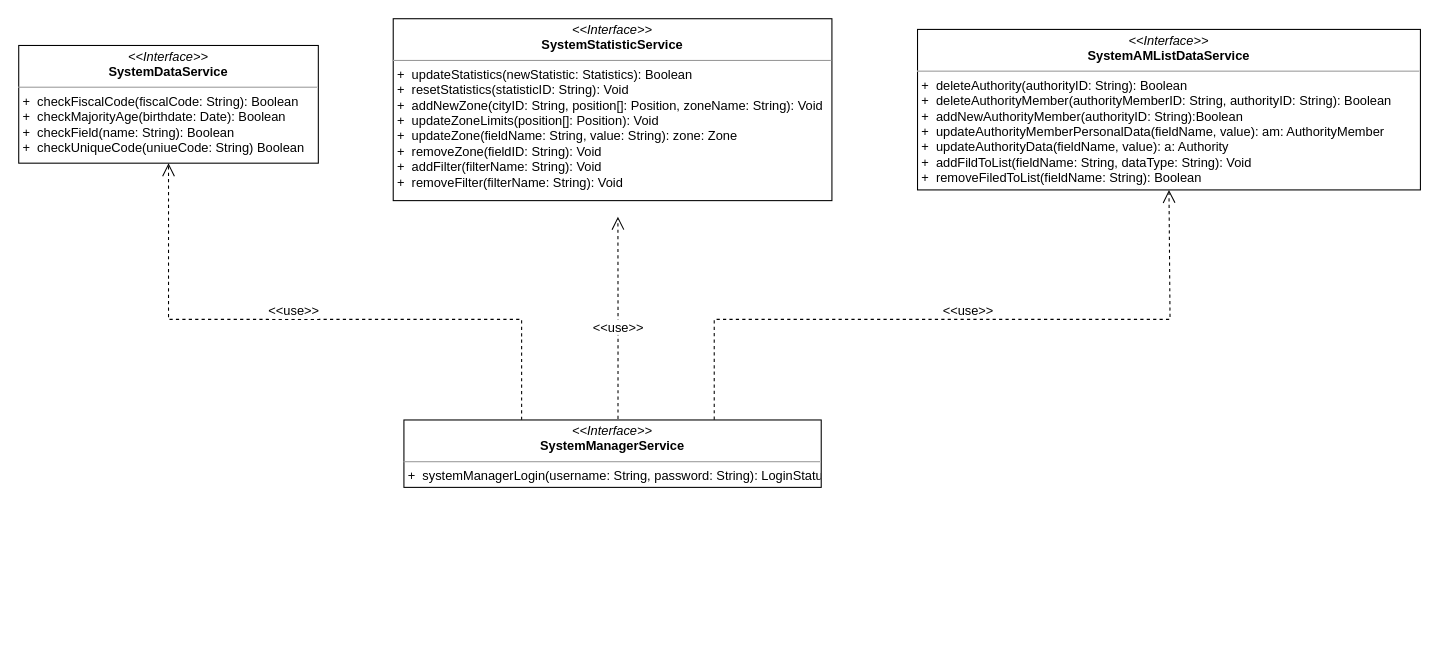
Earlier version of the draw.io diagram DD/systemManagerComponentInterface.drawio (valearm/SafeStreets-Project-SE2). Source tidied: cells renumbered, new cells numbered last; positions are measured from the earlier drawing's top-left corner, leaving out a move shared by most shapes. Both pictures are drawn from the tidied source at 107%, with x=0, y=0 at pixel (18, 18).
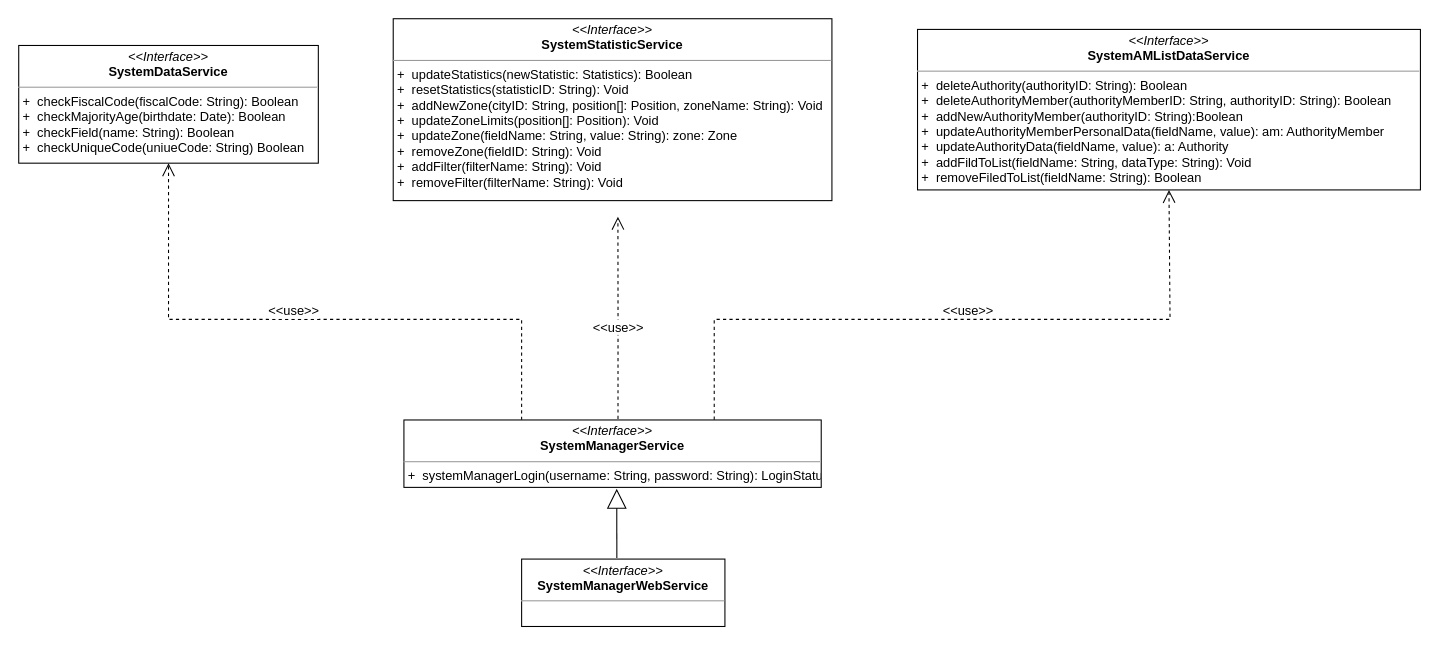
Above is the later version.

What changed in the source:
```diff
@@
 <mxGraphModel background="#ffffff">
   <root>
     <mxCell id="0" />
     <mxCell id="1" parent="0" />
     <mxCell id="2" value="&lt;p style=&quot;margin: 0px ; margin-top: 4px ; text-align: center&quot;&gt;&lt;i&gt;&amp;lt;&amp;lt;Interface&amp;gt;&amp;gt;&lt;/i&gt;&lt;br&gt;&lt;b&gt;SystemDataService&lt;/b&gt;&lt;/p&gt;&lt;hr size=&quot;1&quot;&gt;&lt;p style=&quot;margin: 0px ; margin-left: 4px&quot;&gt;+&amp;nbsp; checkFiscalCode(fiscalCode: String): Boolean&lt;br&gt;&lt;/p&gt;&lt;p style=&quot;margin: 0px ; margin-left: 4px&quot;&gt;+&amp;nbsp; checkMajorityAge(birthdate: Date): Boolean&lt;/p&gt;&lt;p style=&quot;margin: 0px ; margin-left: 4px&quot;&gt;+&amp;nbsp; checkField(name: String): Boolean&lt;/p&gt;&lt;p style=&quot;margin: 0px ; margin-left: 4px&quot;&gt;+&amp;nbsp; checkUniqueCode(uniueCode: String) Boolean&lt;/p&gt;" style="verticalAlign=top;align=left;overflow=fill;fontSize=12;fontFamily=Helvetica;html=1;rounded=0;shadow=0;comic=0;labelBackgroundColor=none;strokeWidth=1;" parent="1" vertex="1">
       <mxGeometry y="25" width="280" height="110" as="geometry" />
     </mxCell>
     <mxCell id="3" value="&lt;p style=&quot;margin: 0px ; margin-top: 4px ; text-align: center&quot;&gt;&lt;i&gt;&amp;lt;&amp;lt;Interface&amp;gt;&amp;gt;&lt;/i&gt;&lt;br&gt;&lt;b&gt;SystemManagerService&lt;/b&gt;&lt;/p&gt;&lt;hr size=&quot;1&quot;&gt;&lt;p style=&quot;margin: 0px ; margin-left: 4px&quot;&gt;+&amp;nbsp; systemManagerLogin(username: String, password: String): LoginStatus&lt;br&gt;&lt;/p&gt;&lt;hr size=&quot;1&quot;&gt;" style="verticalAlign=top;align=left;overflow=fill;fontSize=12;fontFamily=Helvetica;html=1;rounded=0;shadow=0;comic=0;labelBackgroundColor=none;strokeWidth=1;" parent="1" vertex="1">
       <mxGeometry x="360" y="375" width="390" height="63" as="geometry" />
     </mxCell>
     <mxCell id="4" style="edgeStyle=orthogonalEdgeStyle;rounded=0;html=1;dashed=1;labelBackgroundColor=none;startFill=0;endArrow=open;endFill=0;endSize=10;fontFamily=Verdana;fontSize=10;exitX=0.513;exitY=-0.014;exitDx=0;exitDy=0;exitPerimeter=0;" parent="1" edge="1" source="3">
       <mxGeometry relative="1" as="geometry">
         <mxPoint x="560" y="185" as="targetPoint" />
       </mxGeometry>
     </mxCell>
     <mxCell id="5" value="&lt;p style=&quot;margin: 0px ; margin-top: 4px ; text-align: center&quot;&gt;&lt;i&gt;&amp;lt;&amp;lt;Interface&amp;gt;&amp;gt;&lt;/i&gt;&lt;br&gt;&lt;b&gt;SystemAMListDataService&lt;/b&gt;&lt;/p&gt;&lt;hr size=&quot;1&quot;&gt;&lt;p style=&quot;margin: 0px ; margin-left: 4px&quot;&gt;+&amp;nbsp; deleteAuthority(authorityID: String): Boolean&lt;br&gt;&lt;/p&gt;&lt;p style=&quot;margin: 0px ; margin-left: 4px&quot;&gt;+&amp;nbsp; deleteAuthorityMember(authorityMemberID: String, authorityID: String): Boolean&lt;br&gt;&lt;/p&gt;&lt;p style=&quot;margin: 0px ; margin-left: 4px&quot;&gt;+&amp;nbsp; addNewAuthorityMember(authorityID: String):Boolean&lt;/p&gt;&lt;p style=&quot;margin: 0px ; margin-left: 4px&quot;&gt;+&amp;nbsp; updateAuthorityMemberPersonalData(fieldName, value): am: AuthorityMember&lt;br&gt;&lt;/p&gt;&lt;p style=&quot;margin: 0px ; margin-left: 4px&quot;&gt;+&amp;nbsp; updateAuthorityData(fieldName, value): a: Authority&lt;/p&gt;&lt;p style=&quot;margin: 0px ; margin-left: 4px&quot;&gt;+&amp;nbsp; addFildToList(fieldName: String, dataType: String): Void&lt;br&gt;&lt;/p&gt;&lt;p style=&quot;margin: 0px ; margin-left: 4px&quot;&gt;+&amp;nbsp; removeFiledToList(fieldName: String): Boolean&lt;br&gt;&lt;/p&gt;&lt;p style=&quot;margin: 0px ; margin-left: 4px&quot;&gt;&lt;br&gt;&lt;/p&gt;" style="verticalAlign=top;align=left;overflow=fill;fontSize=12;fontFamily=Helvetica;html=1;rounded=0;shadow=0;comic=0;labelBackgroundColor=none;strokeWidth=1;" parent="1" vertex="1">
       <mxGeometry x="840" y="10" width="470" height="150" as="geometry" />
     </mxCell>
     <mxCell id="6" value="&lt;p style=&quot;margin: 0px ; margin-top: 4px ; text-align: center&quot;&gt;&lt;i&gt;&amp;lt;&amp;lt;Interface&amp;gt;&amp;gt;&lt;/i&gt;&lt;br&gt;&lt;b&gt;SystemStatisticService&lt;/b&gt;&lt;/p&gt;&lt;hr size=&quot;1&quot;&gt;&lt;p style=&quot;margin: 0px ; margin-left: 4px&quot;&gt;+&amp;nbsp; updateStatistics(newStatistic: Statistics): Boolean&lt;/p&gt;&lt;p style=&quot;margin: 0px ; margin-left: 4px&quot;&gt;+&amp;nbsp; resetStatistics(statisticID: String): Void&lt;/p&gt;&lt;p style=&quot;margin: 0px ; margin-left: 4px&quot;&gt;+&amp;nbsp; addNewZone(cityID: String, position[]: Position, zoneName: String): Void&lt;/p&gt;&lt;p style=&quot;margin: 0px ; margin-left: 4px&quot;&gt;+&amp;nbsp; updateZoneLimits(position[]: Position): Void&lt;/p&gt;&lt;p style=&quot;margin: 0px ; margin-left: 4px&quot;&gt;+&amp;nbsp; updateZone(fieldName: String, value: String): zone: Zone&lt;/p&gt;&lt;p style=&quot;margin: 0px ; margin-left: 4px&quot;&gt;+&amp;nbsp; removeZone(fieldID: String): Void&lt;/p&gt;&lt;p style=&quot;margin: 0px ; margin-left: 4px&quot;&gt;+&amp;nbsp; addFilter(filterName: String): Void&lt;/p&gt;&lt;p style=&quot;margin: 0px ; margin-left: 4px&quot;&gt;+&amp;nbsp; removeFilter(filterName: String): Void&lt;/p&gt;" style="verticalAlign=top;align=left;overflow=fill;fontSize=12;fontFamily=Helvetica;html=1;rounded=0;shadow=0;comic=0;labelBackgroundColor=none;strokeWidth=1;" parent="1" vertex="1">
       <mxGeometry x="350" width="410" height="170" as="geometry" />
     </mxCell>
     <mxCell id="7" style="edgeStyle=orthogonalEdgeStyle;rounded=0;html=1;dashed=1;labelBackgroundColor=none;startFill=0;endArrow=open;endFill=0;endSize=10;fontFamily=Verdana;fontSize=10;entryX=0.5;entryY=1;entryDx=0;entryDy=0;" parent="1" edge="1" target="2">
       <mxGeometry relative="1" as="geometry">
         <mxPoint x="470" y="374.9" as="sourcePoint" />
         <Array as="points">
           <mxPoint x="470" y="281" />
           <mxPoint x="140" y="281" />
         </Array>
       </mxGeometry>
     </mxCell>
     <mxCell id="8" value="&amp;lt;&amp;lt;use&amp;gt;&amp;gt;" style="text;html=1;align=center;verticalAlign=middle;labelBackgroundColor=#ffffff;" parent="7" vertex="1">
       <mxGeometry x="0.09" y="2" relative="1" as="geometry">
         <mxPoint x="3.5" y="-10.5" as="offset" />
       </mxGeometry>
     </mxCell>
     <mxCell id="9" style="edgeStyle=orthogonalEdgeStyle;rounded=0;html=1;dashed=1;labelBackgroundColor=none;startFill=0;endArrow=open;endFill=0;endSize=10;fontFamily=Verdana;fontSize=10;entryX=0.5;entryY=1;entryDx=0;entryDy=0;" parent="1" edge="1" target="5">
       <mxGeometry relative="1" as="geometry">
         <mxPoint x="650" y="374.8" as="sourcePoint" />
         <Array as="points">
           <mxPoint x="650" y="281" />
           <mxPoint x="1076" y="281" />
         </Array>
       </mxGeometry>
     </mxCell>
     <mxCell id="10" value="&amp;lt;&amp;lt;use&amp;gt;&amp;gt;" style="text;html=1;" parent="1" vertex="1">
       <mxGeometry x="862" y="259" width="40" height="30" as="geometry" />
     </mxCell>
     <mxCell id="11" value="&amp;lt;&amp;lt;use&amp;gt;&amp;gt;" style="text;html=1;labelBackgroundColor=#ffffff;" parent="1" vertex="1">
       <mxGeometry x="535" y="275" width="40" height="28" as="geometry" />
     </mxCell>
+    <mxCell id="12" value="&lt;p style=&quot;margin: 0px ; margin-top: 4px ; text-align: center&quot;&gt;&lt;i&gt;&amp;lt;&amp;lt;Interface&amp;gt;&amp;gt;&lt;/i&gt;&lt;br&gt;&lt;b&gt;SystemManagerWebService&lt;/b&gt;&lt;/p&gt;&lt;hr size=&quot;1&quot;&gt;" style="verticalAlign=top;align=left;overflow=fill;fontSize=12;fontFamily=Helvetica;html=1;rounded=0;shadow=0;comic=0;labelBackgroundColor=none;strokeWidth=1;" parent="1" vertex="1">
+      <mxGeometry x="470" y="505" width="190" height="63" as="geometry" />
+    </mxCell>
+    <mxCell id="13" style="endArrow=block;endSize=16;endFill=0;html=1;entryX=0.51;entryY=1.022;entryDx=0;entryDy=0;entryPerimeter=0;" parent="1" edge="1" target="3">
+      <mxGeometry relative="1" as="geometry">
+        <mxPoint x="559" y="504" as="sourcePoint" />
+      </mxGeometry>
+    </mxCell>
   </root>
 </mxGraphModel>
```
